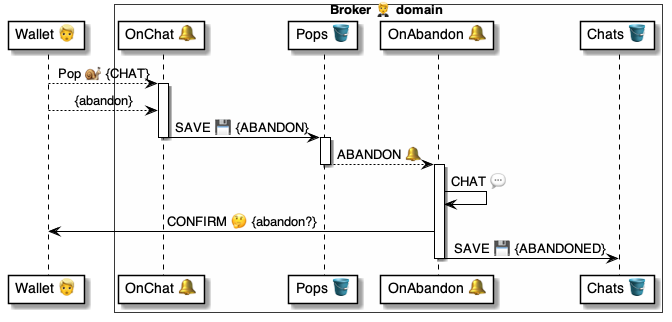
pollyweb-org/pollyweb-docs keeps this PlantUML diagram as 4 ⚙️ Solution/20 🧑‍🦰 UI/Brokers 🤵/🤵🪣 Broker tables/Pops 🎈 table/🪣🔔 32 Chat » Abandon/🤵 OnChatAbandon ⚙️ uml.png. Above is the earlier version. Its source is kept beside it as 4 ⚙️ Solution/20 🧑‍🦰 UI/Brokers 🤵/🤵🪣 Broker tables/Pops 🎈 table/🪣🔔 32 Chat » Abandon/🤵 OnChatAbandon ⚙️ uml.puml. Source of this version:
```plantuml
@startuml OnPopAbandon

participant "Wallet 👱" as wallet
box Broker 🤵 domain #FFFFFA
    participant "OnChat 🔔" as onChat
    participant "Pops 🪣" as pops
    participant "OnAbandon 🔔" as abandoned
    participant "Chats 🪣" as chats
end box


wallet --> onChat: Pop 🐌 {CHAT}

activate onChat
    wallet --> onChat: {abandon}
    onChat -> pops: SAVE 💾 {ABANDON}
deactivate onChat

activate pops
    pops --> abandoned: ABANDON 🔔
deactivate pops

activate abandoned
    abandoned -> abandoned: CHAT 💬
    abandoned -> wallet: CONFIRM 🤔 {abandon?}
    abandoned -> chats: SAVE 💾 {ABANDONED}
deactivate abandoned

@enduml
```
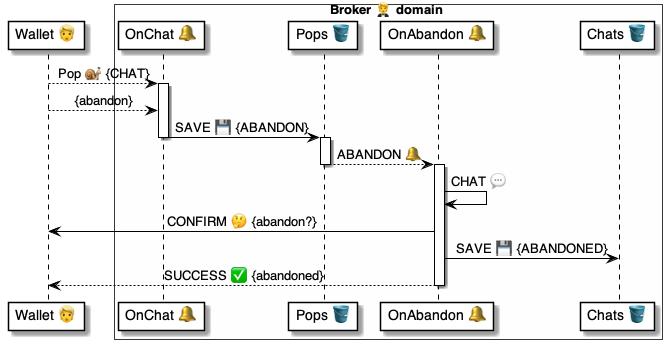
The same diagram one commit later.

Change to the diagram source:
```diff
@@ -24,6 +24,7 @@
     abandoned -> abandoned: CHAT 💬
     abandoned -> wallet: CONFIRM 🤔 {abandon?}
     abandoned -> chats: SAVE 💾 {ABANDONED}
+    abandoned --> wallet: SUCCESS ✅ {abandoned}
 deactivate abandoned
 
 @enduml
```
